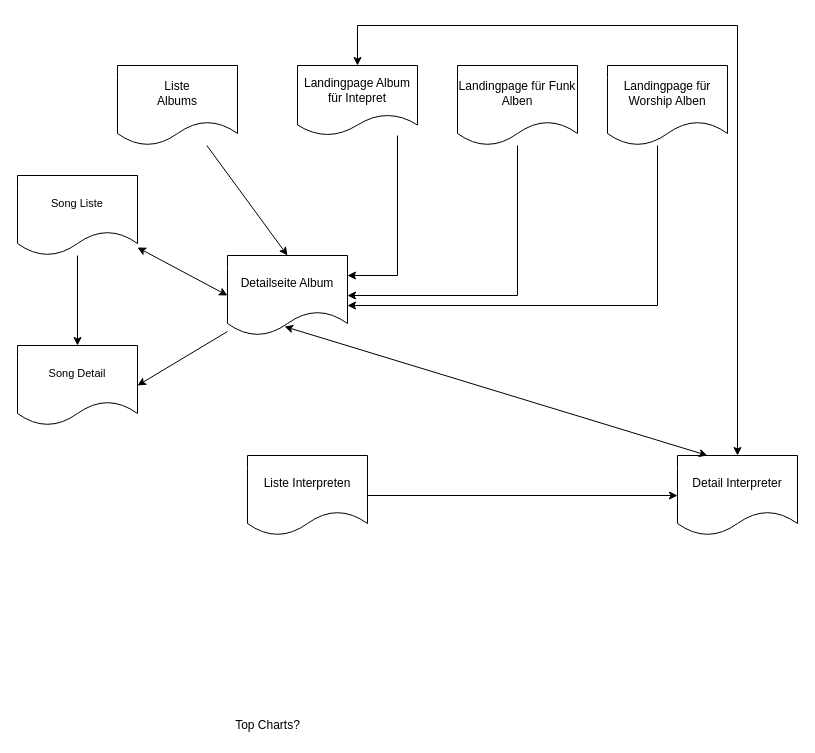
This is page "Views" (2 of 10) of Untitled Diagram.drawio from free-prayer-bird/demo-repo, a draw.io file, before an edit. Source tidied: cells renumbered, new cells numbered last; positions are measured from the earlier drawing's top-left corner, leaving out a move shared by most shapes. Both pictures are drawn from the tidied source at 100%, with x=0, y=0 at pixel (17, 25).
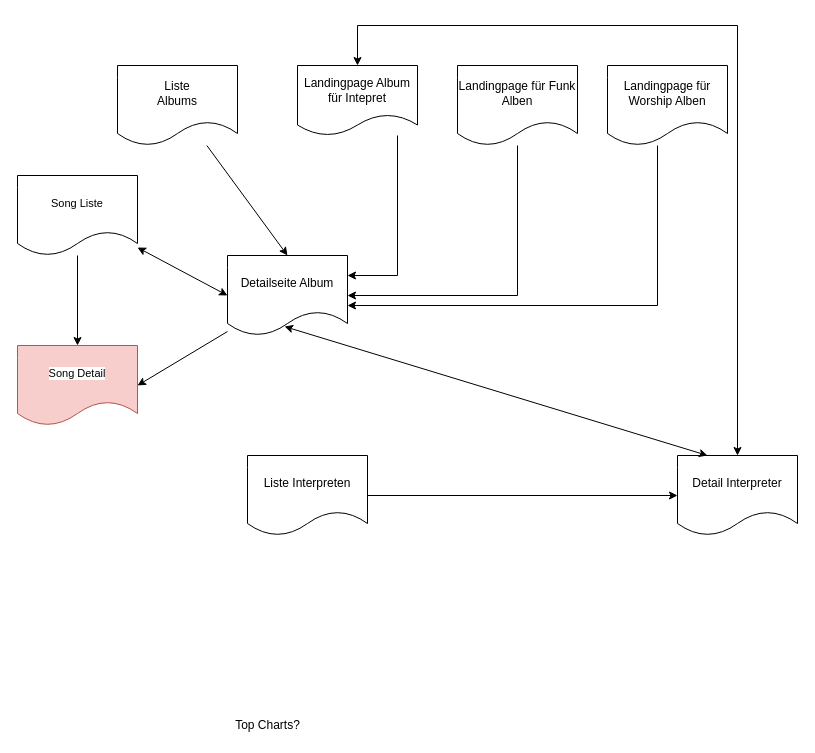
The same page after the edit.

Diff of the diagram source:
```diff
@@
-    <mxCell id="19" value="Song Detail" style="shape=document;whiteSpace=wrap;html=1;boundedLbl=1;rounded=0;shadow=0;glass=0;labelBackgroundColor=#FFFFFF;sketch=0;fontFamily=Helvetica;fontSize=11;" parent="1" vertex="1">
+    <mxCell id="19" value="Song Detail" style="shape=document;whiteSpace=wrap;html=1;boundedLbl=1;rounded=0;shadow=0;glass=0;labelBackgroundColor=#FFFFFF;sketch=0;fontFamily=Helvetica;fontSize=11;fillColor=#f8cecc;strokeColor=#b85450;" parent="1" vertex="1">
       <mxGeometry y="320" width="120" height="80" as="geometry" />
     </mxCell>
```
